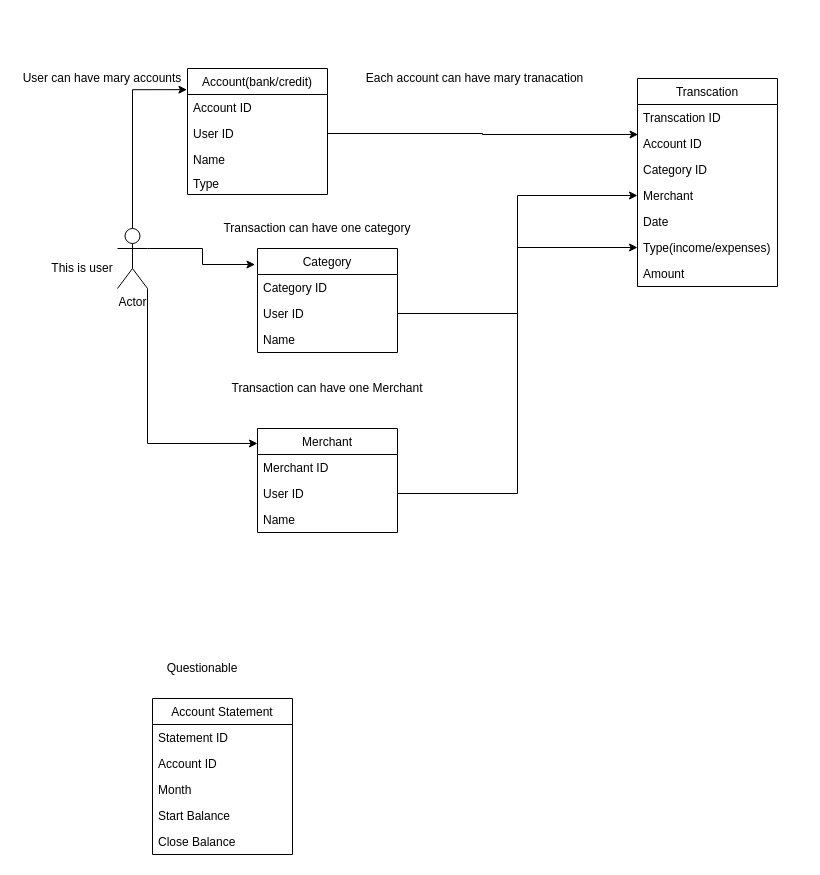
Before: docs/database_table.drawio in startdusk/finance-app-backend, a draw.io diagram. Source tidied: cells renumbered, new cells numbered last; positions are measured from the earlier drawing's top-left corner, leaving out a move shared by most shapes. Both pictures are drawn from the tidied source at 100%, with x=0, y=0 at pixel (17, 68).
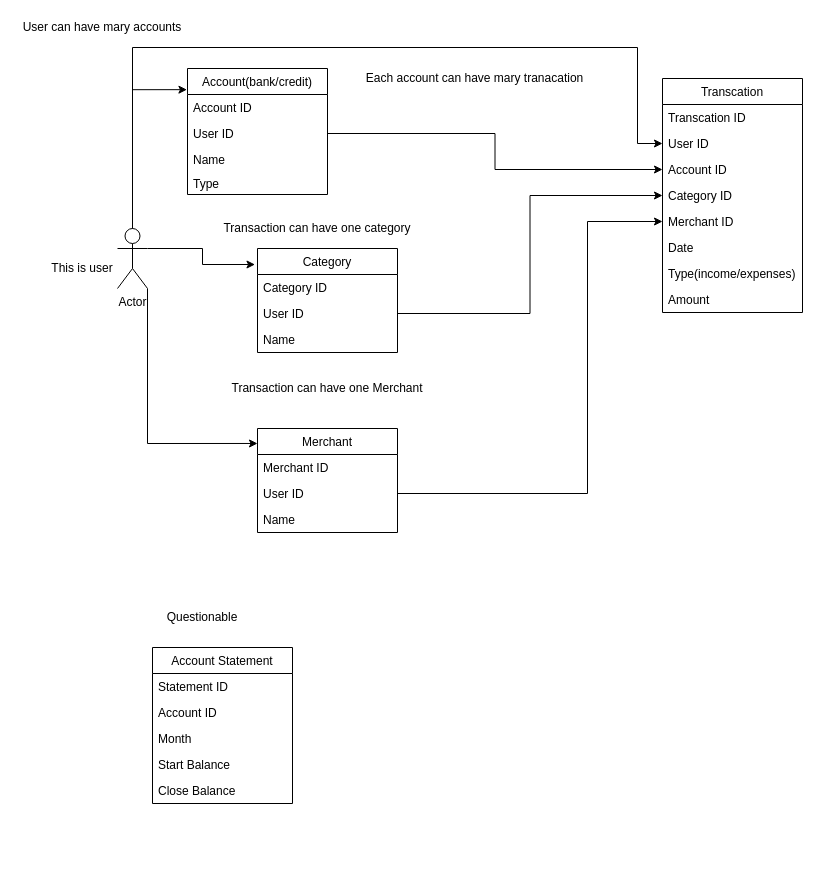
Above is the later version.

The change refers to these unchanged cells:
```xml
<mxCell id="5" value="Actor" style="shape=umlActor;verticalLabelPosition=bottom;labelBackgroundColor=#ffffff;verticalAlign=top;html=1;outlineConnect=0;" parent="1" vertex="1">
  <mxGeometry x="100" y="160" width="30" height="60" as="geometry" />
</mxCell>
<mxCell id="9" value="User ID&#10;" style="text;strokeColor=none;fillColor=none;align=left;verticalAlign=top;spacingLeft=4;spacingRight=4;overflow=hidden;points=[[0,0.5],[1,0.5]];portConstraint=eastwest;" parent="7" vertex="1">
  <mxGeometry y="52" width="140" height="26" as="geometry" />
</mxCell>
<mxCell id="15" value="User ID" style="text;strokeColor=none;fillColor=none;align=left;verticalAlign=top;spacingLeft=4;spacingRight=4;overflow=hidden;points=[[0,0.5],[1,0.5]];portConstraint=eastwest;" parent="13" vertex="1">
  <mxGeometry y="52" width="140" height="26" as="geometry" />
</mxCell>
<mxCell id="21" value="User ID" style="text;strokeColor=none;fillColor=none;align=left;verticalAlign=top;spacingLeft=4;spacingRight=4;overflow=hidden;points=[[0,0.5],[1,0.5]];portConstraint=eastwest;" parent="19" vertex="1">
  <mxGeometry y="52" width="140" height="26" as="geometry" />
</mxCell>
```

Diff of the diagram source:
```diff
@@
     <mxCell id="12" value="User can have mary accounts" style="text;html=1;strokeColor=none;fillColor=none;align=center;verticalAlign=middle;whiteSpace=wrap;rounded=0;" parent="1" vertex="1">
-      <mxGeometry width="170" height="20" as="geometry" />
+      <mxGeometry y="-51" width="170" height="20" as="geometry" />
     </mxCell>
@@
     <mxCell id="24" value="Transcation" style="swimlane;fontStyle=0;horizontal=1;startSize=26;fillColor=none;" parent="1" vertex="1">
-      <mxGeometry x="620" y="10" width="140" height="208" as="geometry" />
+      <mxGeometry x="645" y="10" width="140" height="234" as="geometry" />
     </mxCell>
+    <mxCell id="42" value="Transcation ID" style="text;strokeColor=none;fillColor=none;align=left;verticalAlign=top;spacingLeft=4;spacingRight=4;overflow=hidden;" parent="24" vertex="1">
+      <mxGeometry y="26" width="140" height="26" as="geometry" />
+    </mxCell>
-    <mxCell id="25" value="Transcation ID" style="text;strokeColor=none;fillColor=none;align=left;verticalAlign=top;spacingLeft=4;spacingRight=4;overflow=hidden;points=[[0,0.5],[1,0.5]];portConstraint=eastwest;" parent="24" vertex="1">
-      <mxGeometry y="26" width="140" height="26" as="geometry" />
+    <mxCell id="25" value="User ID" style="text;strokeColor=none;fillColor=none;align=left;verticalAlign=top;spacingLeft=4;spacingRight=4;overflow=hidden;points=[[0,0.5],[1,0.5]];portConstraint=eastwest;" parent="24" vertex="1">
+      <mxGeometry y="52" width="140" height="26" as="geometry" />
     </mxCell>
     <mxCell id="26" value="Account ID" style="text;strokeColor=none;fillColor=none;align=left;verticalAlign=top;spacingLeft=4;spacingRight=4;overflow=hidden;points=[[0,0.5],[1,0.5]];portConstraint=eastwest;" parent="24" vertex="1">
-      <mxGeometry y="52" width="140" height="26" as="geometry" />
+      <mxGeometry y="78" width="140" height="26" as="geometry" />
     </mxCell>
     <mxCell id="27" value="Category ID" style="text;strokeColor=none;fillColor=none;align=left;verticalAlign=top;spacingLeft=4;spacingRight=4;overflow=hidden;points=[[0,0.5],[1,0.5]];portConstraint=eastwest;" parent="24" vertex="1">
-      <mxGeometry y="78" width="140" height="26" as="geometry" />
+      <mxGeometry y="104" width="140" height="26" as="geometry" />
     </mxCell>
-    <mxCell id="28" value="Merchant" style="text;strokeColor=none;fillColor=none;align=left;verticalAlign=top;spacingLeft=4;spacingRight=4;overflow=hidden;points=[[0,0.5],[1,0.5]];portConstraint=eastwest;" parent="24" vertex="1">
-      <mxGeometry y="104" width="140" height="26" as="geometry" />
+    <mxCell id="28" value="Merchant ID" style="text;strokeColor=none;fillColor=none;align=left;verticalAlign=top;spacingLeft=4;spacingRight=4;overflow=hidden;points=[[0,0.5],[1,0.5]];portConstraint=eastwest;" parent="24" vertex="1">
+      <mxGeometry y="130" width="140" height="26" as="geometry" />
     </mxCell>
     <mxCell id="29" value="Date" style="text;strokeColor=none;fillColor=none;align=left;verticalAlign=top;spacingLeft=4;spacingRight=4;overflow=hidden;" parent="24" vertex="1">
-      <mxGeometry y="130" width="140" height="26" as="geometry" />
+      <mxGeometry y="156" width="140" height="26" as="geometry" />
     </mxCell>
     <mxCell id="30" value="Type(income/expenses)" style="text;strokeColor=none;fillColor=none;align=left;verticalAlign=top;spacingLeft=4;spacingRight=4;overflow=hidden;points=[[0,0.5],[1,0.5]];portConstraint=eastwest;" parent="24" vertex="1">
-      <mxGeometry y="156" width="140" height="26" as="geometry" />
+      <mxGeometry y="182" width="140" height="26" as="geometry" />
     </mxCell>
     <mxCell id="31" value="Amount" style="text;strokeColor=none;fillColor=none;align=left;verticalAlign=top;spacingLeft=4;spacingRight=4;overflow=hidden;" parent="24" vertex="1">
-      <mxGeometry y="182" width="140" height="26" as="geometry" />
+      <mxGeometry y="208" width="140" height="26" as="geometry" />
     </mxCell>
-    <mxCell id="32" style="edgeStyle=orthogonalEdgeStyle;rounded=0;jettySize=auto;html=1;exitX=1;exitY=0.5;exitDx=0;exitDy=0;entryX=0.004;entryY=0.154;entryDx=0;entryDy=0;entryPerimeter=0;" parent="1" edge="1" source="9" target="26">
+    <mxCell id="32" style="edgeStyle=orthogonalEdgeStyle;rounded=0;jettySize=auto;html=1;exitX=1;exitY=0.5;exitDx=0;exitDy=0;entryX=0;entryY=0.5;entryDx=0;entryDy=0;" parent="1" edge="1" source="9" target="26">
       <mxGeometry relative="1" as="geometry" />
     </mxCell>
-    <mxCell id="33" style="edgeStyle=orthogonalEdgeStyle;rounded=0;jettySize=auto;html=1;exitX=1;exitY=0.5;exitDx=0;exitDy=0;" parent="1" edge="1" source="15" target="28">
+    <mxCell id="33" style="edgeStyle=orthogonalEdgeStyle;rounded=0;jettySize=auto;html=1;exitX=1;exitY=0.5;exitDx=0;exitDy=0;entryX=0;entryY=0.5;entryDx=0;entryDy=0;" parent="1" edge="1" source="15" target="27">
       <mxGeometry relative="1" as="geometry" />
     </mxCell>
-    <mxCell id="34" style="edgeStyle=orthogonalEdgeStyle;rounded=0;jettySize=auto;html=1;exitX=1;exitY=0.5;exitDx=0;exitDy=0;entryX=0;entryY=0.5;entryDx=0;entryDy=0;" parent="1" edge="1" source="21" target="30">
-      <mxGeometry relative="1" as="geometry" />
+    <mxCell id="34" style="edgeStyle=orthogonalEdgeStyle;rounded=0;jettySize=auto;html=1;exitX=1;exitY=0.5;exitDx=0;exitDy=0;entryX=0;entryY=0.5;entryDx=0;entryDy=0;" parent="1" edge="1" source="21" target="28">
+      <mxGeometry relative="1" as="geometry">
+        <Array as="points">
+          <mxPoint x="570" y="425" />
+          <mxPoint x="570" y="153" />
+        </Array>
+      </mxGeometry>
     </mxCell>
     <mxCell id="35" value="Questionable" style="text;html=1;strokeColor=none;fillColor=none;align=center;verticalAlign=middle;whiteSpace=wrap;rounded=0;" parent="1" vertex="1">
-      <mxGeometry x="165" y="590" width="40" height="20" as="geometry" />
+      <mxGeometry x="165" y="539" width="40" height="20" as="geometry" />
     </mxCell>
     <mxCell id="36" value="Account Statement" style="swimlane;fontStyle=0;horizontal=1;startSize=26;fillColor=none;" parent="1" vertex="1">
-      <mxGeometry x="135" y="630" width="140" height="156" as="geometry" />
+      <mxGeometry x="135" y="579" width="140" height="156" as="geometry" />
     </mxCell>
@@
+    <mxCell id="43" style="edgeStyle=orthogonalEdgeStyle;rounded=0;jettySize=auto;html=1;exitX=0.5;exitY=0;exitDx=0;exitDy=0;exitPerimeter=0;entryX=0;entryY=0.5;entryDx=0;entryDy=0;" parent="1" edge="1" source="5" target="25">
+      <mxGeometry relative="1" as="geometry">
+        <Array as="points">
+          <mxPoint x="115" y="-21" />
+          <mxPoint x="620" y="-21" />
+        </Array>
+      </mxGeometry>
+    </mxCell>
```
